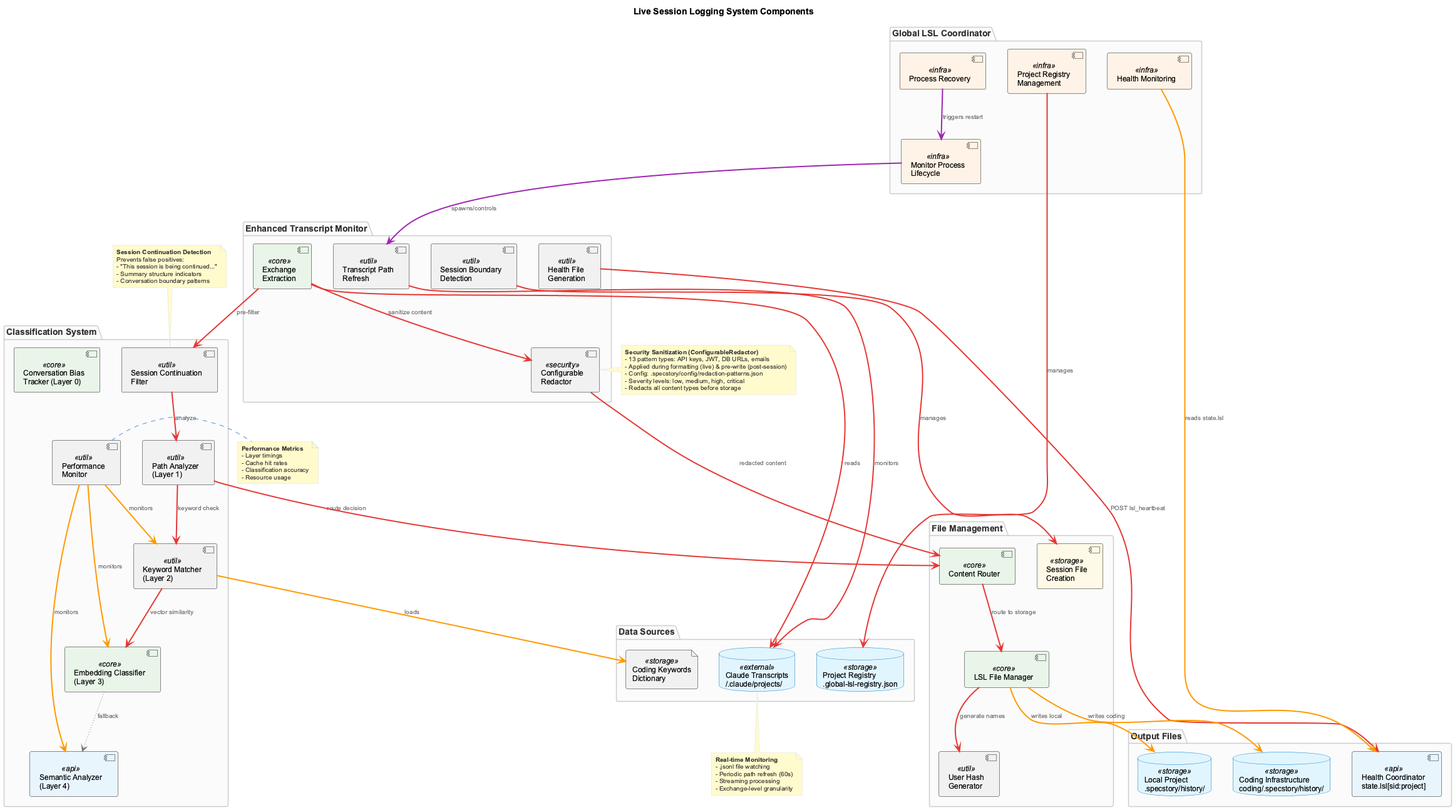
The PlantUML diagram docs/images/lsl-components.png in fwornle/coding, before a commit. The source it was exported from:
```plantuml
@startuml lsl-components
!include _standard-style.puml

title Live Session Logging System Components

top to bottom direction

package "Enhanced Transcript Monitor" {
  component [Transcript Path\nRefresh] as tpr <<util>>
  component [Exchange\nExtraction] as extract <<core>>
  component [Configurable\nRedactor] as redactor <<security>>
  component [Health File\nGeneration] as health <<util>>
  component [Session Boundary\nDetection] as session <<util>>
}

package "Global LSL Coordinator" {
  component [Project Registry\nManagement] as registry <<infra>>
  component [Monitor Process\nLifecycle] as lifecycle <<infra>>
  component [Health Monitoring] as healthmon <<infra>>
  component [Process Recovery] as recovery <<infra>>
}

package "Classification System" {
  component [Conversation Bias\nTracker (Layer 0)] as biastrack <<core>>
  component [Session Continuation\nFilter] as sessionfilter <<util>>
  component [Path Analyzer\n(Layer 1)] as pathanalyzer <<util>>
  component [Keyword Matcher\n(Layer 2)] as keywords <<util>>
  component [Embedding Classifier\n(Layer 3)] as embedding <<core>>
  component [Semantic Analyzer\n(Layer 4)] as semantic <<api>>
  component [Performance\nMonitor] as perfmon <<util>>
}

package "File Management" {
  component [LSL File Manager] as filemanager <<core>>
  component [User Hash\nGenerator] as userhash <<util>>
  component [Content Router] as router <<core>>
  component [Session File\nCreation] as sessionfile <<storage>>
}

package "Data Sources" {
  database "Claude Transcripts\n~/.claude/projects/" as transcripts <<external>>
  file "Coding Keywords\nDictionary" as keyworddb <<storage>>
  database "Project Registry\n.global-lsl-registry.json" as projregistry <<storage>>
}

package "Output Files" {
  database "Local Project\n.specstory/history/" as localfiles <<storage>>
  database "Coding Infrastructure\ncoding/.specstory/history/" as codingfiles <<storage>>
  component "Health Coordinator\nstate.lsl[sid:project]" as healthcoord <<api>>
}

tpr SYNC_LINE transcripts : monitors
extract SYNC_LINE transcripts : reads
health SYNC_LINE healthcoord : POST lsl_heartbeat
session SYNC_LINE sessionfile : manages

registry SYNC_LINE projregistry : manages
lifecycle CONTROL_LINE tpr : spawns/controls
healthmon DATA_LINE healthcoord : reads state.lsl
recovery CONTROL_LINE lifecycle : triggers restart

extract SYNC_LINE sessionfilter : pre-filter
sessionfilter SYNC_LINE pathanalyzer : analyze
pathanalyzer SYNC_LINE keywords : keyword check
keywords SYNC_LINE embedding : vector similarity
embedding OPTIONAL_LINE semantic : fallback
keywords DATA_LINE keyworddb : loads
perfmon DATA_LINE keywords : monitors
perfmon DATA_LINE embedding : monitors
perfmon DATA_LINE semantic : monitors

extract SYNC_LINE redactor : sanitize content
pathanalyzer SYNC_LINE router : route decision
redactor SYNC_LINE router : redacted content
router SYNC_LINE filemanager : route to storage
filemanager SYNC_LINE userhash : generate names
filemanager DATA_LINE localfiles : writes local
filemanager DATA_LINE codingfiles : writes coding

note top of sessionfilter
  **Session Continuation Detection**
  Prevents false positives:
  - "This session is being continued..."
  - Summary structure indicators
  - Conversation boundary patterns
end note

note right of perfmon
  **Performance Metrics**
  - Layer timings
  - Cache hit rates
  - Classification accuracy
  - Resource usage
end note

note bottom of transcripts
  **Real-time Monitoring**
  - .jsonl file watching
  - Periodic path refresh (60s)
  - Streaming processing
  - Exchange-level granularity
end note

note right of redactor
  **Security Sanitization (ConfigurableRedactor)**
  - 13 pattern types: API keys, JWT, DB URLs, emails
  - Applied during formatting (live) & pre-write (post-session)
  - Config: .specstory/config/redaction-patterns.json
  - Severity levels: low, medium, high, critical
  - Redacts all content types before storage
end note

@enduml
```
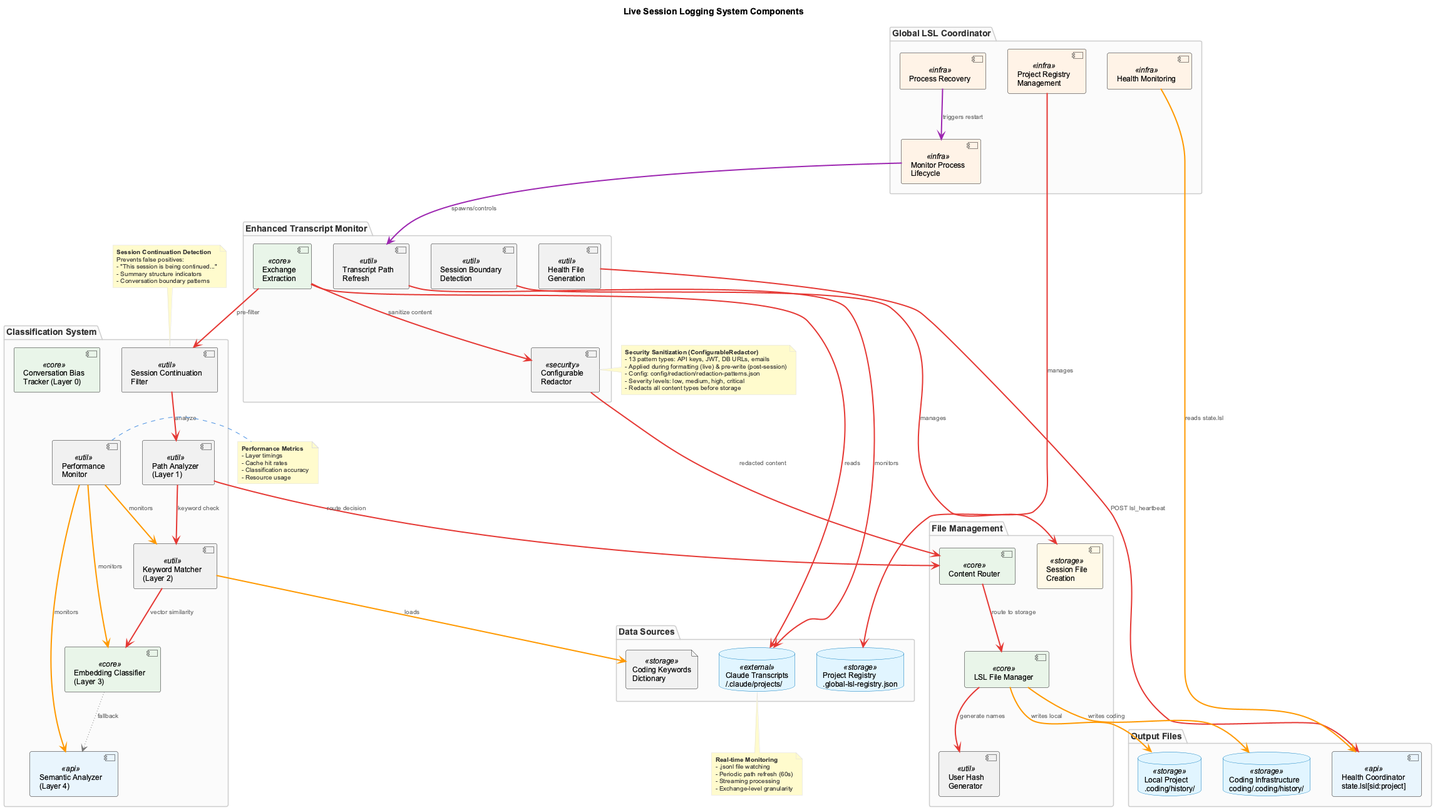
Above is the later version.

What changed in the source:
```diff
@@ -44,8 +44,8 @@
 }
 
 package "Output Files" {
-  database "Local Project\n.specstory/history/" as localfiles <<storage>>
-  database "Coding Infrastructure\ncoding/.specstory/history/" as codingfiles <<storage>>
+  database "Local Project\n.coding/history/" as localfiles <<storage>>
+  database "Coding Infrastructure\ncoding/.coding/history/" as codingfiles <<storage>>
   component "Health Coordinator\nstate.lsl[sid:project]" as healthcoord <<api>>
 }
 
@@ -105,7 +105,7 @@
   **Security Sanitization (ConfigurableRedactor)**
   - 13 pattern types: API keys, JWT, DB URLs, emails
   - Applied during formatting (live) & pre-write (post-session)
-  - Config: .specstory/config/redaction-patterns.json
+  - Config: config/redaction/redaction-patterns.json
   - Severity levels: low, medium, high, critical
   - Redacts all content types before storage
 end note
```
